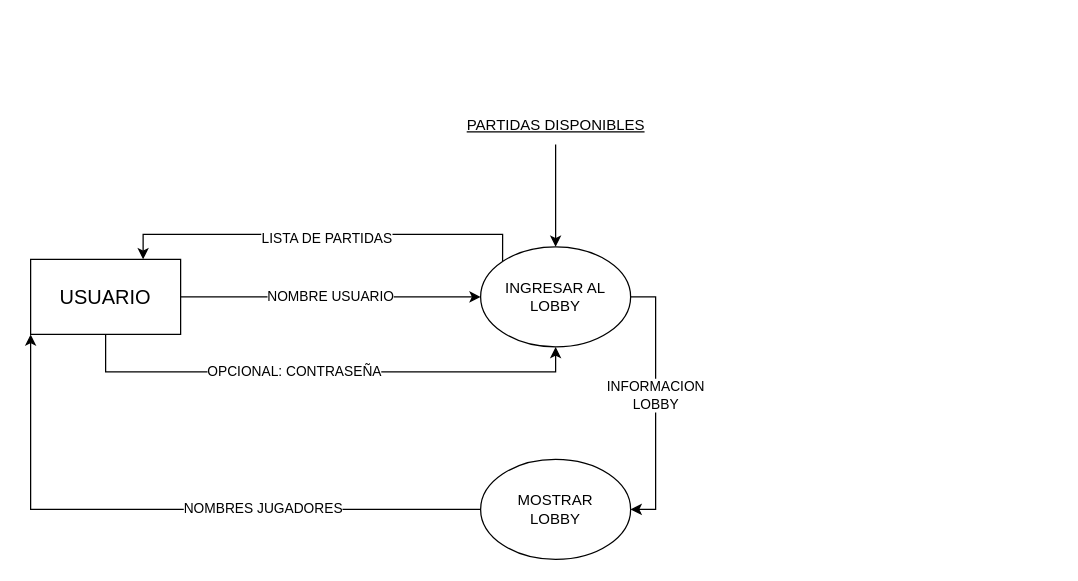
Above: take-home/casos_uso/2-ingresar_partida.drawio in irmrz/ingenieria-software-1 (draw.io), before the change. Source tidied: cells renumbered, new cells numbered last; positions are measured from the earlier drawing's top-left corner, leaving out a move shared by most shapes. Both pictures are drawn from the tidied source at 125%, with x=0, y=0 at pixel (30, 106).
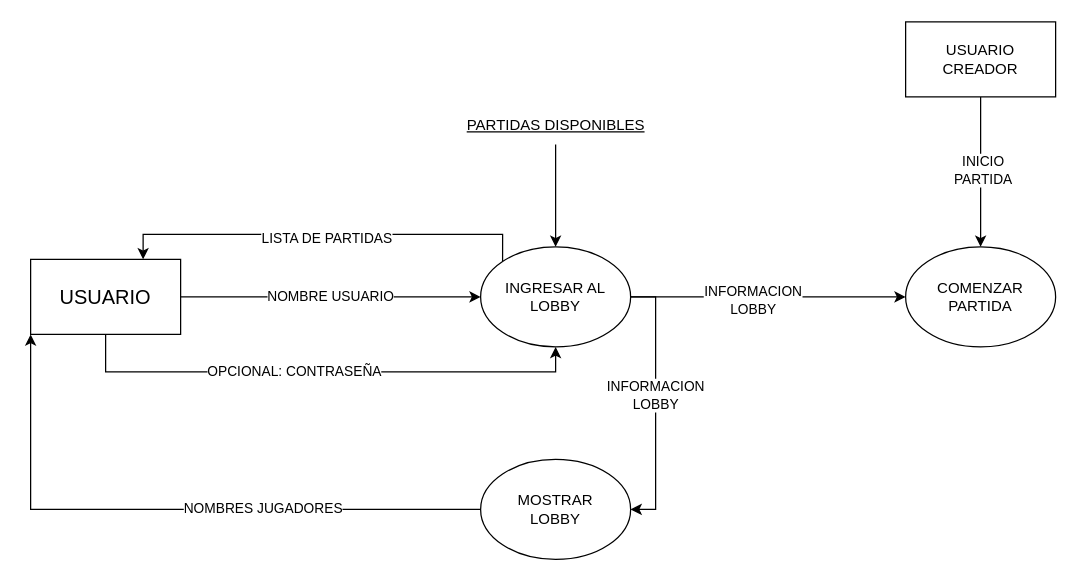
Above is the later version.

The change refers to these unchanged cells:
```xml
<mxCell id="11" value="&lt;div&gt;INGRESAR AL&lt;/div&gt;&lt;div&gt;LOBBY&lt;br&gt;&lt;/div&gt;" style="ellipse;whiteSpace=wrap;html=1;" parent="1" vertex="1">
  <mxGeometry x="360" y="112" width="120" height="80" as="geometry" />
</mxCell>
```

What changed in the source:
```diff
@@
+    <mxCell id="17" style="edgeStyle=orthogonalEdgeStyle;rounded=0;jettySize=auto;html=1;entryX=0;entryY=0.5;entryDx=0;entryDy=0;" parent="1" edge="1" source="11" target="19">
+      <mxGeometry relative="1" as="geometry" />
+    </mxCell>
+    <mxCell id="18" value="&lt;div&gt;INFORMACION&lt;/div&gt;&lt;div&gt;LOBBY&lt;br&gt;&lt;/div&gt;" style="edgeLabel;html=1;align=center;verticalAlign=middle;" parent="17" vertex="1">
+      <mxGeometry x="-0.12" y="-2" relative="1" as="geometry" />
+    </mxCell>
@@
+    <mxCell id="19" value="&lt;div&gt;COMENZAR&lt;/div&gt;&lt;div&gt;PARTIDA&lt;br&gt;&lt;/div&gt;" style="ellipse;whiteSpace=wrap;html=1;" parent="1" vertex="1">
+      <mxGeometry x="700" y="112" width="120" height="80" as="geometry" />
+    </mxCell>
+    <mxCell id="20" style="edgeStyle=orthogonalEdgeStyle;rounded=0;jettySize=auto;html=1;entryX=0.5;entryY=0;entryDx=0;entryDy=0;" parent="1" edge="1" source="22" target="19">
+      <mxGeometry relative="1" as="geometry" />
+    </mxCell>
+    <mxCell id="21" value="&lt;div&gt;INICIO&lt;/div&gt;&lt;div&gt;PARTIDA&lt;br&gt;&lt;/div&gt;" style="edgeLabel;html=1;align=center;verticalAlign=middle;" parent="20" vertex="1">
+      <mxGeometry x="-0.03" y="1" relative="1" as="geometry" />
+    </mxCell>
+    <mxCell id="22" value="&lt;div&gt;USUARIO &lt;br&gt;&lt;/div&gt;&lt;div&gt;CREADOR&lt;br&gt;&lt;/div&gt;" style="rounded=0;whiteSpace=wrap;html=1;" parent="1" vertex="1">
+      <mxGeometry x="700" y="-68" width="120" height="60" as="geometry" />
+    </mxCell>
```
